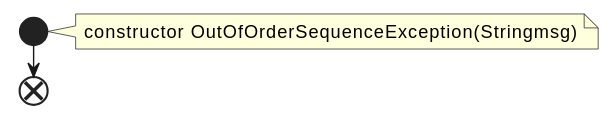
Above: docs/qc/clients/src/main/java/org/apache/kafka/common/errors/OutOfOrderSequenceException.java.fct.svg in qualitesys/kafka (PlantUML), before the change.
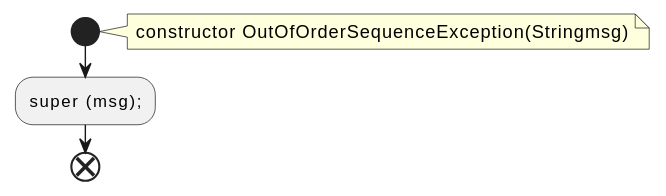
The same diagram one commit later.

The edit, as a diff of the source:
```diff
@@ -4,5 +4,6 @@
 note right
 constructor OutOfOrderSequenceException(Stringmsg)
 end note
+:super (msg);;
 end
 @enduml
```
